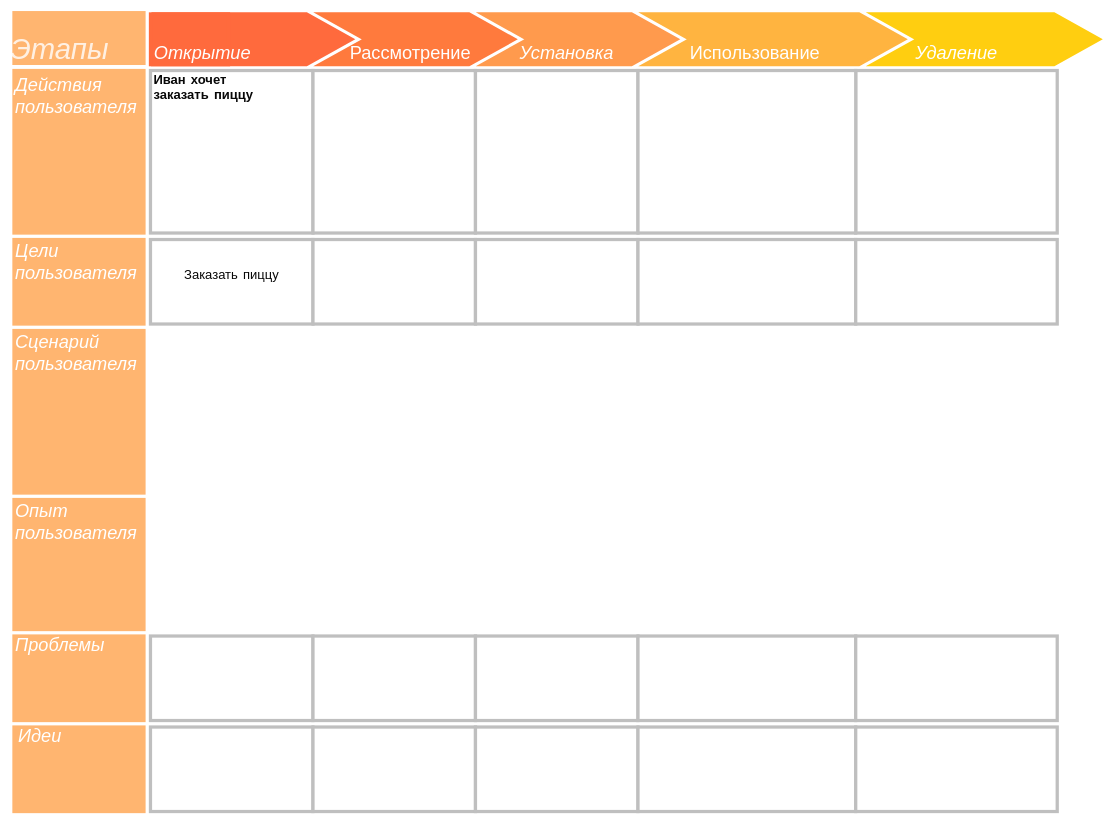
The draw.io diagram Untitled Diagram.drawio in afnear/2project, before the edit. Source tidied: cells renumbered, new cells numbered last; positions are measured from the earlier drawing's top-left corner, leaving out a move shared by most shapes. Both pictures are drawn from the tidied source at 65%, with x=0, y=0 at pixel (14, 12).
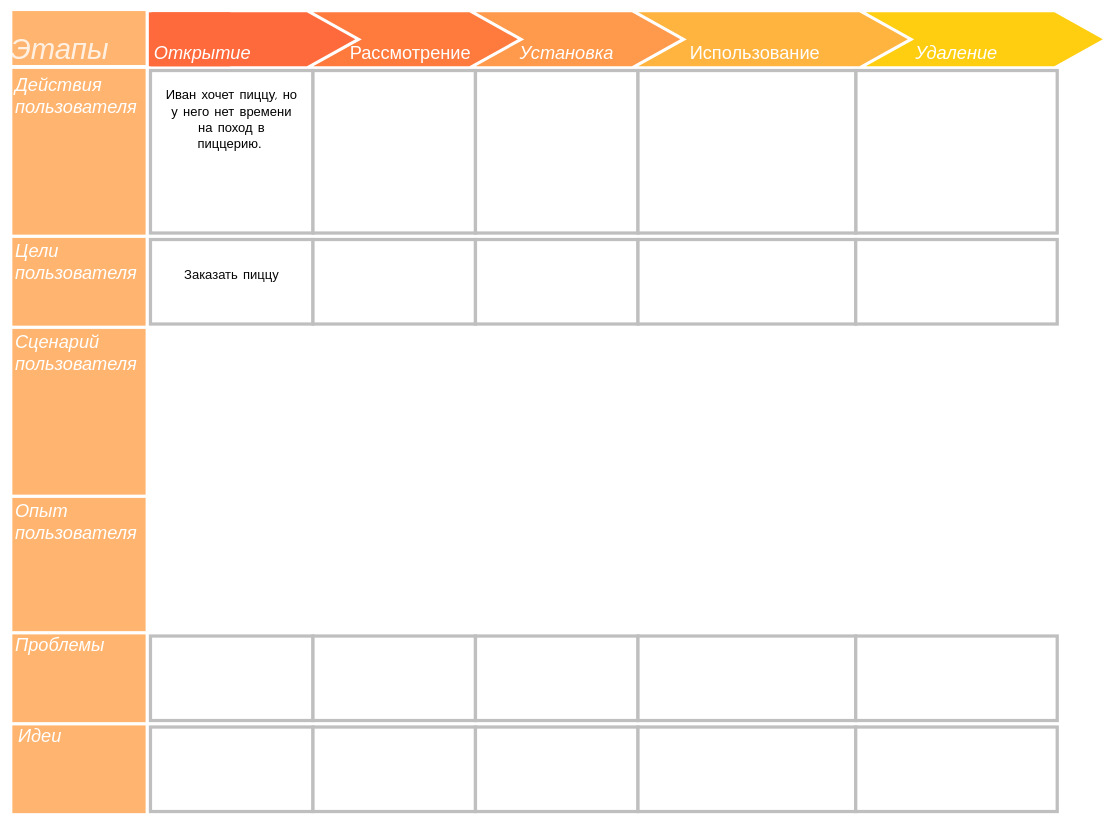
The same page after the edit.

Change to the diagram source:
```diff
@@
-    <mxCell id="47" value="&lt;h1 style=&quot;font-size: 20px&quot;&gt;Иван хочет заказать пиццу&lt;/h1&gt;" style="text;html=1;strokeColor=none;fillColor=none;spacing=5;spacingTop=-20;whiteSpace=wrap;overflow=hidden;rounded=0;labelBackgroundColor=none;labelBorderColor=none;fontFamily=Comic Sans MS;fontSize=20;fontColor=#080808;align=left;" parent="1" vertex="1">
-      <mxGeometry x="210" y="89" width="190" height="120" as="geometry" />
-    </mxCell>
@@
+    <mxCell id="49" value="&lt;font style=&quot;font-size: 20px&quot;&gt;&lt;font face=&quot;Comic Sans MS&quot;&gt;Иван хочет пиццу, но у него нет времени на поход в пиццерию&lt;/font&gt;.&amp;nbsp;&lt;/font&gt;" style="text;html=1;strokeColor=none;fillColor=none;align=center;verticalAlign=middle;whiteSpace=wrap;rounded=0;fontSize=18;strokeWidth=1;" parent="1" vertex="1">
+      <mxGeometry x="230" y="149" width="210" height="30" as="geometry" />
+    </mxCell>
```
